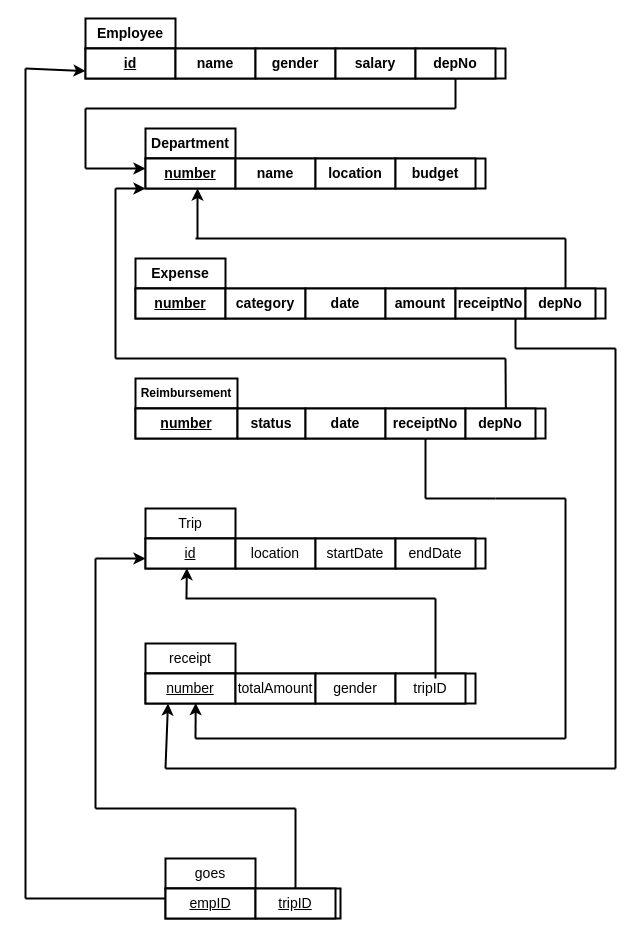
Above: Başlıksız Diyagram2.drawio in kaanygl/database (draw.io), before the change. Source tidied: cells renumbered, new cells numbered last; positions are measured from the earlier drawing's top-left corner, leaving out a move shared by most shapes. Both pictures are drawn from the tidied source at 100%, with x=0, y=0 at pixel (25, 18).
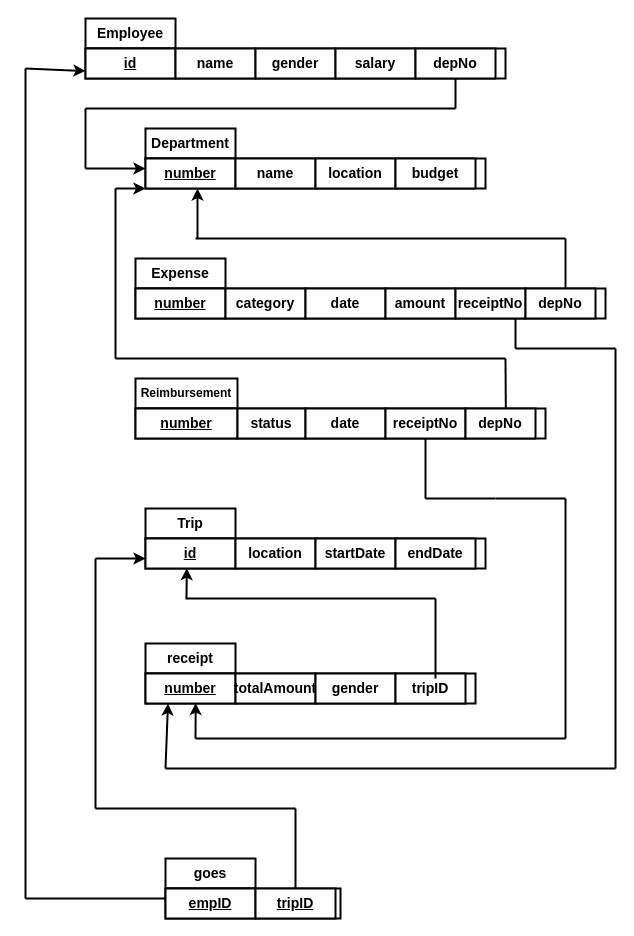
After the change.

Change to the diagram source:
```diff
@@
-    <mxCell id="14" value="&lt;font style=&quot;font-size: 14px;&quot;&gt;Trip&lt;/font&gt;" style="rounded=0;whiteSpace=wrap;html=1;strokeWidth=2;" parent="1" vertex="1">
+    <mxCell id="14" value="&lt;font style=&quot;font-size: 14px;&quot;&gt;&lt;b&gt;Trip&lt;/b&gt;&lt;/font&gt;" style="rounded=0;whiteSpace=wrap;html=1;strokeWidth=2;" parent="1" vertex="1">
       <mxGeometry x="120" y="490" width="90" height="30" as="geometry" />
     </mxCell>
@@
-    <mxCell id="16" value="&lt;font size=&quot;1&quot; style=&quot;&quot;&gt;&lt;u style=&quot;font-size: 14px;&quot;&gt;id&lt;/u&gt;&lt;/font&gt;" style="rounded=0;whiteSpace=wrap;html=1;strokeWidth=2;" parent="1" vertex="1">
+    <mxCell id="16" value="&lt;font size=&quot;1&quot; style=&quot;&quot;&gt;&lt;u style=&quot;font-size: 14px;&quot;&gt;&lt;b&gt;id&lt;/b&gt;&lt;/u&gt;&lt;/font&gt;" style="rounded=0;whiteSpace=wrap;html=1;strokeWidth=2;" parent="1" vertex="1">
       <mxGeometry x="120" y="520" width="90" height="30" as="geometry" />
     </mxCell>
-    <mxCell id="17" value="&lt;font style=&quot;font-size: 14px;&quot;&gt;location&lt;/font&gt;" style="rounded=0;whiteSpace=wrap;html=1;strokeWidth=2;" parent="1" vertex="1">
+    <mxCell id="17" value="&lt;font style=&quot;font-size: 14px;&quot;&gt;&lt;b&gt;location&lt;/b&gt;&lt;/font&gt;" style="rounded=0;whiteSpace=wrap;html=1;strokeWidth=2;" parent="1" vertex="1">
       <mxGeometry x="210" y="520" width="80" height="30" as="geometry" />
     </mxCell>
-    <mxCell id="18" value="&lt;font style=&quot;font-size: 14px;&quot;&gt;startDate&lt;/font&gt;" style="rounded=0;whiteSpace=wrap;html=1;strokeWidth=2;" parent="1" vertex="1">
+    <mxCell id="18" value="&lt;font style=&quot;font-size: 14px;&quot;&gt;&lt;b&gt;startDate&lt;/b&gt;&lt;/font&gt;" style="rounded=0;whiteSpace=wrap;html=1;strokeWidth=2;" parent="1" vertex="1">
       <mxGeometry x="290" y="520" width="80" height="30" as="geometry" />
     </mxCell>
-    <mxCell id="19" value="&lt;font style=&quot;font-size: 14px;&quot;&gt;endDate&lt;/font&gt;" style="rounded=0;whiteSpace=wrap;html=1;strokeWidth=2;" parent="1" vertex="1">
+    <mxCell id="19" value="&lt;font style=&quot;font-size: 14px;&quot;&gt;&lt;b&gt;endDate&lt;/b&gt;&lt;/font&gt;" style="rounded=0;whiteSpace=wrap;html=1;strokeWidth=2;" parent="1" vertex="1">
       <mxGeometry x="370" y="520" width="80" height="30" as="geometry" />
     </mxCell>
@@
-    <mxCell id="32" value="&lt;font style=&quot;font-size: 14px;&quot;&gt;receipt&lt;/font&gt;" style="rounded=0;whiteSpace=wrap;html=1;strokeWidth=2;" parent="1" vertex="1">
+    <mxCell id="32" value="&lt;font style=&quot;font-size: 14px;&quot;&gt;&lt;b&gt;receipt&lt;/b&gt;&lt;/font&gt;" style="rounded=0;whiteSpace=wrap;html=1;strokeWidth=2;" parent="1" vertex="1">
       <mxGeometry x="120" y="625" width="90" height="30" as="geometry" />
     </mxCell>
@@
-    <mxCell id="34" value="&lt;font size=&quot;1&quot; style=&quot;&quot;&gt;&lt;u style=&quot;font-size: 14px;&quot;&gt;number&lt;/u&gt;&lt;/font&gt;" style="rounded=0;whiteSpace=wrap;html=1;strokeWidth=2;" parent="1" vertex="1">
+    <mxCell id="34" value="&lt;font size=&quot;1&quot; style=&quot;&quot;&gt;&lt;u style=&quot;font-size: 14px;&quot;&gt;&lt;b&gt;number&lt;/b&gt;&lt;/u&gt;&lt;/font&gt;" style="rounded=0;whiteSpace=wrap;html=1;strokeWidth=2;" parent="1" vertex="1">
       <mxGeometry x="120" y="655" width="90" height="30" as="geometry" />
     </mxCell>
-    <mxCell id="35" value="&lt;font style=&quot;font-size: 14px;&quot;&gt;totalAmount&lt;/font&gt;" style="rounded=0;whiteSpace=wrap;html=1;strokeWidth=2;" parent="1" vertex="1">
+    <mxCell id="35" value="&lt;font style=&quot;font-size: 14px;&quot;&gt;&lt;b&gt;totalAmount&lt;/b&gt;&lt;/font&gt;" style="rounded=0;whiteSpace=wrap;html=1;strokeWidth=2;" parent="1" vertex="1">
       <mxGeometry x="210" y="655" width="80" height="30" as="geometry" />
     </mxCell>
-    <mxCell id="36" value="&lt;font style=&quot;font-size: 14px;&quot;&gt;gender&lt;/font&gt;" style="rounded=0;whiteSpace=wrap;html=1;strokeWidth=2;" parent="1" vertex="1">
+    <mxCell id="36" value="&lt;font style=&quot;font-size: 14px;&quot;&gt;&lt;b&gt;gender&lt;/b&gt;&lt;/font&gt;" style="rounded=0;whiteSpace=wrap;html=1;strokeWidth=2;" parent="1" vertex="1">
       <mxGeometry x="290" y="655" width="80" height="30" as="geometry" />
     </mxCell>
@@
-    <mxCell id="38" value="&lt;font style=&quot;font-size: 14px;&quot;&gt;tripID&lt;/font&gt;" style="rounded=0;whiteSpace=wrap;html=1;strokeWidth=2;" parent="1" vertex="1">
+    <mxCell id="38" value="&lt;font style=&quot;font-size: 14px;&quot;&gt;&lt;b&gt;tripID&lt;/b&gt;&lt;/font&gt;" style="rounded=0;whiteSpace=wrap;html=1;strokeWidth=2;" parent="1" vertex="1">
       <mxGeometry x="370" y="655" width="70" height="30" as="geometry" />
     </mxCell>
@@
-    <mxCell id="44" value="&lt;font style=&quot;font-size: 14px;&quot;&gt;goes&lt;/font&gt;" style="rounded=0;whiteSpace=wrap;html=1;strokeWidth=2;" parent="1" vertex="1">
+    <mxCell id="44" value="&lt;font style=&quot;font-size: 14px;&quot;&gt;&lt;b&gt;goes&lt;/b&gt;&lt;/font&gt;" style="rounded=0;whiteSpace=wrap;html=1;strokeWidth=2;" parent="1" vertex="1">
       <mxGeometry x="140" y="840" width="90" height="30" as="geometry" />
     </mxCell>
@@
-    <mxCell id="46" value="&lt;font size=&quot;1&quot; style=&quot;&quot;&gt;&lt;u style=&quot;font-size: 14px;&quot;&gt;empID&lt;/u&gt;&lt;/font&gt;" style="rounded=0;whiteSpace=wrap;html=1;strokeWidth=2;" parent="1" vertex="1">
+    <mxCell id="46" value="&lt;font size=&quot;1&quot; style=&quot;&quot;&gt;&lt;u style=&quot;font-size: 14px;&quot;&gt;&lt;b&gt;empID&lt;/b&gt;&lt;/u&gt;&lt;/font&gt;" style="rounded=0;whiteSpace=wrap;html=1;strokeWidth=2;" parent="1" vertex="1">
       <mxGeometry x="140" y="870" width="90" height="30" as="geometry" />
     </mxCell>
-    <mxCell id="47" value="&lt;font style=&quot;font-size: 14px;&quot;&gt;&lt;u&gt;tripID&lt;/u&gt;&lt;/font&gt;" style="rounded=0;whiteSpace=wrap;html=1;strokeWidth=2;" parent="1" vertex="1">
+    <mxCell id="47" value="&lt;font style=&quot;font-size: 14px;&quot;&gt;&lt;u&gt;&lt;b&gt;tripID&lt;/b&gt;&lt;/u&gt;&lt;/font&gt;" style="rounded=0;whiteSpace=wrap;html=1;strokeWidth=2;" parent="1" vertex="1">
       <mxGeometry x="230" y="870" width="80" height="30" as="geometry" />
     </mxCell>
```
